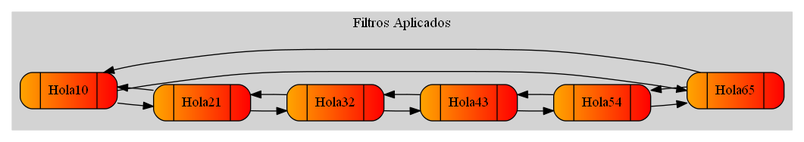
Earlier version of the Graphviz export listaCircular.png (Tiago-130414/EDD_2S2019_PY1_201313722). Its source is kept beside it as listaCircular.dot. Its diagram source:
```dot
digraph arbol
{
	rankdir=LR;
	graph [nodesep=0.3];
	subgraph cluster_0{
	style=filled;
	color=lightgrey;
	labelloc=t;
	node [shape = record, style="rounded,filled"fillcolor="orange:red",width=0.7,height=0.5];

	FiltroHola10[label="{ |Hola10| }"];
	FiltroHola21[label="{ |Hola21| }"];
	FiltroHola32[label="{ |Hola32| }"];
	FiltroHola43[label="{ |Hola43| }"];
	FiltroHola54[label="{ |Hola54| }"];
	FiltroHola65[label="{ |Hola65| }"];


	FiltroHola10->FiltroHola21
	FiltroHola21->FiltroHola10
	FiltroHola21->FiltroHola32
	FiltroHola32->FiltroHola21
	FiltroHola32->FiltroHola43
	FiltroHola43->FiltroHola32
	FiltroHola43->FiltroHola54
	FiltroHola54->FiltroHola43
	FiltroHola54->FiltroHola65
	FiltroHola65->FiltroHola54
	FiltroHola65->FiltroHola10
	FiltroHola10->FiltroHola65


	label="Filtros Aplicados

";
	}
}
```
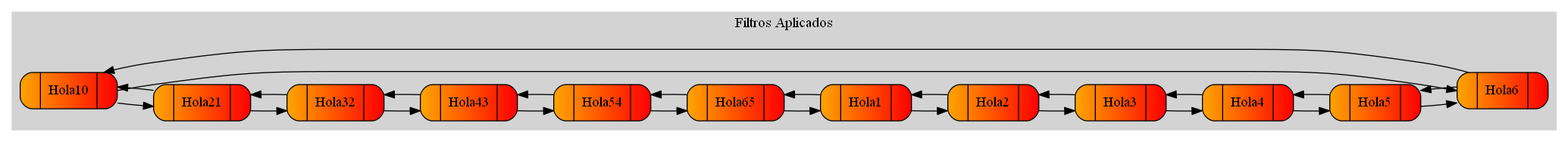
After the change.

What changed in the source:
```diff
@@ -14,6 +14,12 @@
 	FiltroHola43[label="{ |Hola43| }"];
 	FiltroHola54[label="{ |Hola54| }"];
 	FiltroHola65[label="{ |Hola65| }"];
+	FiltroHola1[label="{ |Hola1| }"];
+	FiltroHola2[label="{ |Hola2| }"];
+	FiltroHola3[label="{ |Hola3| }"];
+	FiltroHola4[label="{ |Hola4| }"];
+	FiltroHola5[label="{ |Hola5| }"];
+	FiltroHola6[label="{ |Hola6| }"];
 
 
 	FiltroHola10->FiltroHola21
@@ -26,8 +32,20 @@
 	FiltroHola54->FiltroHola43
 	FiltroHola54->FiltroHola65
 	FiltroHola65->FiltroHola54
-	FiltroHola65->FiltroHola10
-	FiltroHola10->FiltroHola65
+	FiltroHola65->FiltroHola1
+	FiltroHola1->FiltroHola65
+	FiltroHola1->FiltroHola2
+	FiltroHola2->FiltroHola1
+	FiltroHola2->FiltroHola3
+	FiltroHola3->FiltroHola2
+	FiltroHola3->FiltroHola4
+	FiltroHola4->FiltroHola3
+	FiltroHola4->FiltroHola5
+	FiltroHola5->FiltroHola4
+	FiltroHola5->FiltroHola6
+	FiltroHola6->FiltroHola5
+	FiltroHola6->FiltroHola10
+	FiltroHola10->FiltroHola6
 
 
 	label="Filtros Aplicados
```
